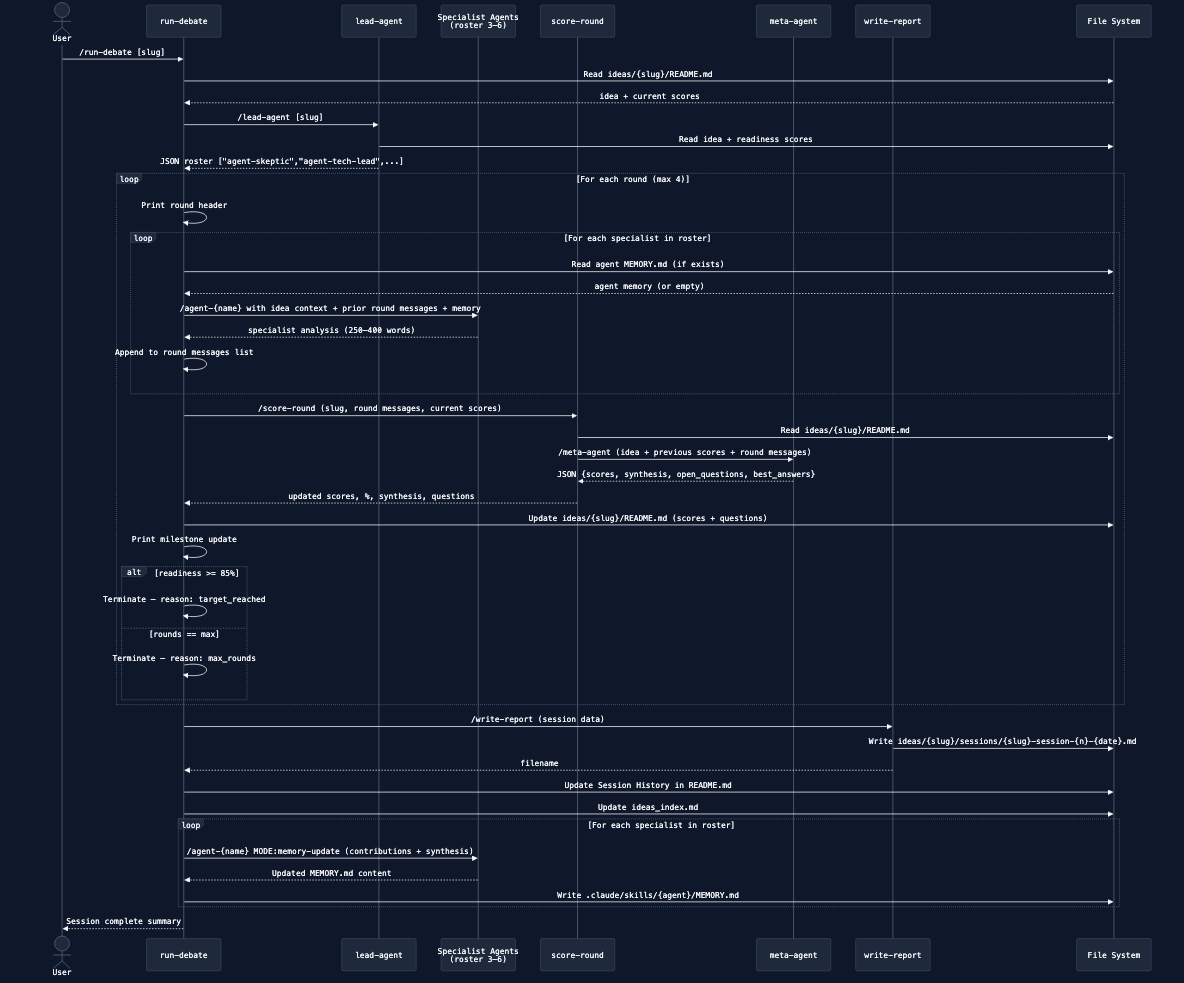
Above: docs/diagrams/02-debate-session-flow.png in aryan-curiel/agora (Mermaid), before the change. Its source is kept beside it as docs/diagrams/02-debate-session-flow.mmd.
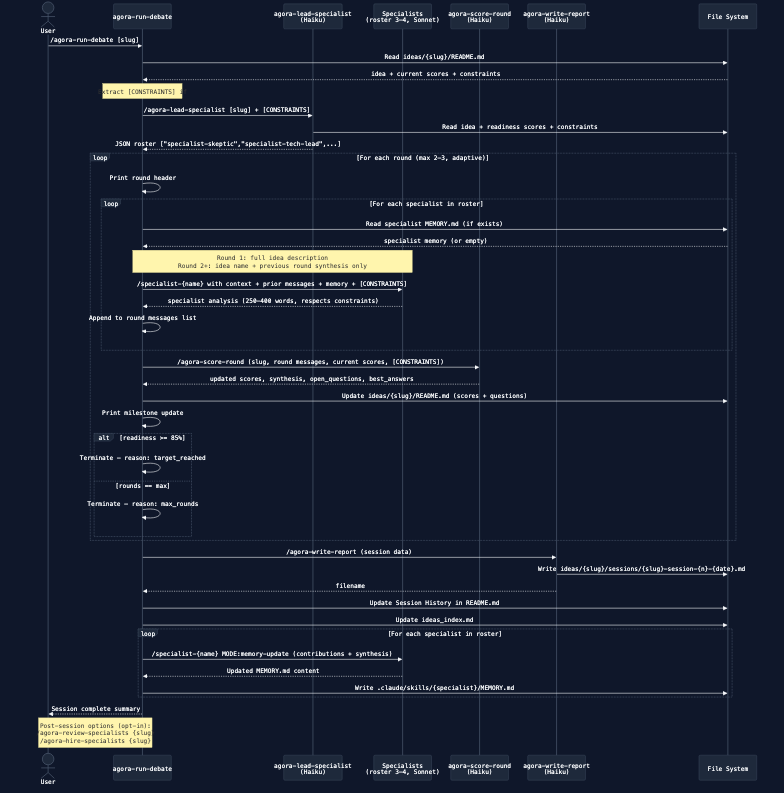
After the commit.

What changed in the source:
```diff
@@ -3,11 +3,10 @@
 sequenceDiagram
     actor User
     participant RD as agora-run-debate
-    participant LA as agora-lead-specialist
-    participant SA as Specialists<br/>(roster 3–4)
-    participant SR as agora-score-round
-    participant MA as agora-meta-specialist
-    participant WR as agora-write-report
+    participant LA as agora-lead-specialist<br/>(Haiku)
+    participant SA as Specialists<br/>(roster 3–4, Sonnet)
+    participant SR as agora-score-round<br/>(Haiku)
+    participant WR as agora-write-report<br/>(Haiku)
     participant FS as File System
 
     User->>RD: /agora-run-debate [slug]
@@ -24,16 +23,14 @@
         loop For each specialist in roster
             RD->>FS: Read specialist MEMORY.md (if exists)
             FS-->>RD: specialist memory (or empty)
-            RD->>SA: /specialist-{name} with idea context + prior round messages + memory + [CONSTRAINTS]
+            Note over RD,SA: Round 1: full idea description<br/>Round 2+: idea name + previous round synthesis only
+            RD->>SA: /specialist-{name} with context + prior messages + memory + [CONSTRAINTS]
             SA-->>RD: specialist analysis (250–400 words, respects constraints)
             RD->>RD: Append to round messages list
         end
 
         RD->>SR: /agora-score-round (slug, round messages, current scores, [CONSTRAINTS])
-        SR->>FS: Read ideas/{slug}/README.md
-        SR->>MA: /agora-meta-specialist (idea + previous scores + round messages)
-        MA-->>SR: JSON {scores, synthesis, open_questions, best_answers}
-        SR-->>RD: updated scores, synthesis, questions, constraint_overrides[]
+        SR-->>RD: updated scores, synthesis, open_questions, best_answers
 
         RD->>FS: Update ideas/{slug}/README.md (scores + questions)
         RD->>RD: Print milestone update
@@ -59,3 +56,4 @@
     end
 
     RD-->>User: Session complete summary
+    Note over RD,User: Post-session options (opt-in):<br/>/agora-review-specialists {slug}<br/>/agora-hire-specialists {slug}
```
